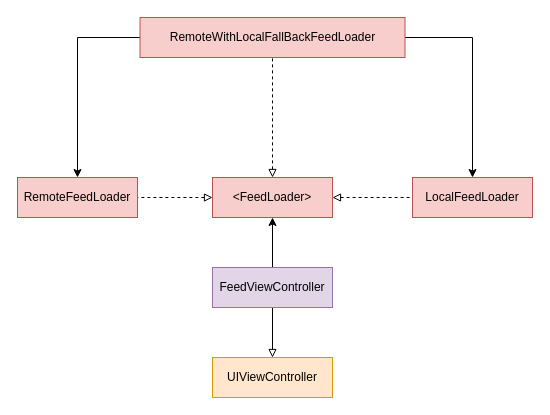
Essential-Developer-Course/feed-case-study keeps this draw.io diagram as FeedFeature-Architecture.drawio. Above is the earlier version. Source tidied: cells renumbered, new cells numbered last; positions are measured from the earlier drawing's top-left corner, leaving out a move shared by most shapes. Both pictures are drawn from the tidied source at 100%, with x=0, y=0 at pixel (17, 17).
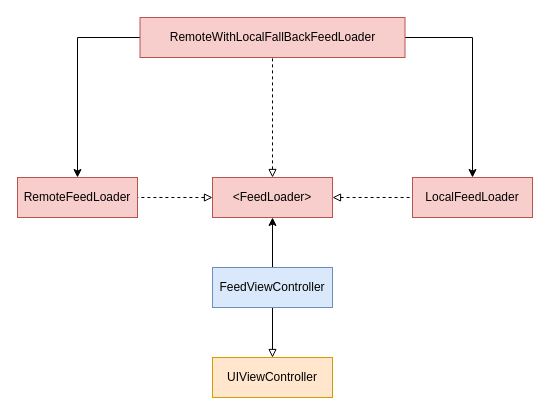
Above is the later version.

Change to the diagram source:
```diff
@@
 <mxGraphModel>
   <root>
     <mxCell id="0" />
     <mxCell id="1" parent="0" />
     <mxCell id="2" style="edgeStyle=orthogonalEdgeStyle;rounded=0;jettySize=auto;html=1;verticalAlign=middle;startArrow=block;startFill=0;endArrow=none;endFill=0;" parent="1" edge="1" source="3" target="5">
       <mxGeometry relative="1" as="geometry" />
     </mxCell>
     <mxCell id="3" value="UIViewController" style="rounded=0;whiteSpace=wrap;html=1;fillColor=#ffe6cc;strokeColor=#d79b00;" parent="1" vertex="1">
       <mxGeometry x="195" y="340" width="120" height="40" as="geometry" />
     </mxCell>
     <mxCell id="4" style="edgeStyle=orthogonalEdgeStyle;rounded=0;jettySize=auto;html=1;" parent="1" edge="1" source="5" target="9">
       <mxGeometry relative="1" as="geometry" />
     </mxCell>
-    <mxCell id="5" value="FeedViewController" style="whiteSpace=wrap;html=1;rounded=0;fillColor=#e1d5e7;strokeColor=#9673a6;" parent="1" vertex="1">
+    <mxCell id="5" value="FeedViewController" style="whiteSpace=wrap;html=1;rounded=0;fillColor=#dae8fc;strokeColor=#6c8ebf;" parent="1" vertex="1">
       <mxGeometry x="195" y="250" width="120" height="40" as="geometry" />
     </mxCell>
     <mxCell id="6" style="edgeStyle=orthogonalEdgeStyle;rounded=0;jettySize=auto;html=1;startArrow=block;startFill=0;endArrow=none;endFill=0;dashed=1;" parent="1" edge="1" source="9" target="10">
       <mxGeometry relative="1" as="geometry" />
     </mxCell>
     <mxCell id="7" style="edgeStyle=orthogonalEdgeStyle;rounded=0;jettySize=auto;html=1;startArrow=block;startFill=0;dashed=1;endArrow=none;endFill=0;" parent="1" edge="1" source="9" target="11">
       <mxGeometry relative="1" as="geometry" />
     </mxCell>
     <mxCell id="8" style="edgeStyle=orthogonalEdgeStyle;rounded=0;jettySize=auto;html=1;startArrow=block;startFill=0;endArrow=none;endFill=0;dashed=1;" parent="1" edge="1" source="9" target="14">
       <mxGeometry relative="1" as="geometry" />
     </mxCell>
     <mxCell id="9" value="&amp;lt;FeedLoader&amp;gt;" style="whiteSpace=wrap;html=1;fillColor=#f8cecc;strokeColor=#b85450;rounded=0;" parent="1" vertex="1">
       <mxGeometry x="195" y="160" width="120" height="40" as="geometry" />
     </mxCell>
     <mxCell id="10" value="RemoteFeedLoader" style="rounded=0;whiteSpace=wrap;html=1;fillColor=#f8cecc;strokeColor=#b85450;" parent="1" vertex="1">
       <mxGeometry y="160" width="120" height="40" as="geometry" />
     </mxCell>
     <mxCell id="11" value="LocalFeedLoader" style="whiteSpace=wrap;html=1;fillColor=#f8cecc;strokeColor=#b85450;rounded=0;" parent="1" vertex="1">
       <mxGeometry x="395" y="160" width="120" height="40" as="geometry" />
     </mxCell>
     <mxCell id="12" style="edgeStyle=orthogonalEdgeStyle;rounded=0;jettySize=auto;html=1;exitX=0;exitY=0.5;exitDx=0;exitDy=0;entryX=0.5;entryY=0;entryDx=0;entryDy=0;" parent="1" edge="1" source="14" target="10">
       <mxGeometry relative="1" as="geometry" />
     </mxCell>
     <mxCell id="13" style="edgeStyle=orthogonalEdgeStyle;rounded=0;jettySize=auto;html=1;exitX=1;exitY=0.5;exitDx=0;exitDy=0;entryX=0.5;entryY=0;entryDx=0;entryDy=0;" parent="1" edge="1" source="14" target="11">
       <mxGeometry relative="1" as="geometry" />
     </mxCell>
     <mxCell id="14" value="RemoteWithLocalFallBackFeedLoader" style="whiteSpace=wrap;html=1;fillColor=#f8cecc;strokeColor=#b85450;rounded=0;" parent="1" vertex="1">
       <mxGeometry x="122.5" width="265" height="40" as="geometry" />
     </mxCell>
   </root>
 </mxGraphModel>
```
